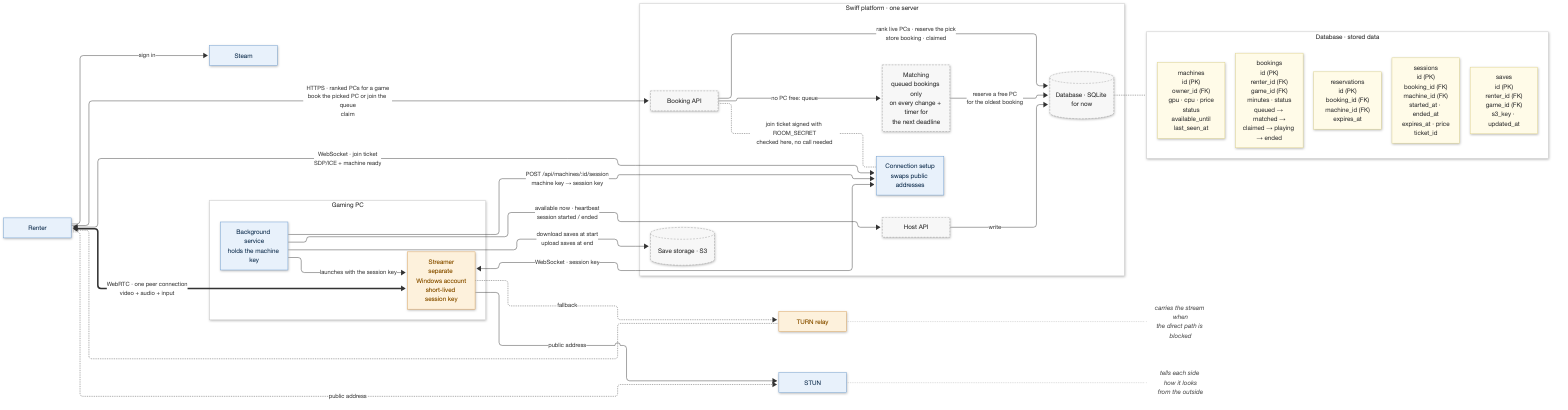
This is docs/diagrams/system-architecture.png from tomnotthomas/distributed_gaming, a Mermaid export, as it was before one commit. Its source is kept beside it as docs/diagrams/system-architecture.mmd. The source it was exported from:
```mermaid
---
config:
  theme: base
  flowchart:
    curve: basis
    htmlLabels: true
  themeVariables:
    fontFamily: "Helvetica Neue, Helvetica, Arial, sans-serif"
    fontSize: 14px
    edgeLabelBackground: "#ffffff"
    lineColor: "#333333"
    primaryTextColor: "#222222"
  themeCSS: >-
    .edgeLabel, .edgeLabel p, .edgeLabel span, .labelBkg { background: #fff !important; background-color: #fff !important; }
    .edgeLabel p, .edgeLabel span { color: #555; font-size: 13px; }
    .edgeLabel rect { fill: #fff !important; opacity: 1 !important; }
    svg, text, span, p, div { font-family: "Helvetica Neue", Helvetica, Arial, sans-serif !important; }
---
flowchart LR
  Renter["Renter"]
  SteamID["Steam"]
  TURN["TURN relay"]
  STUN["STUN"]
  TURNnote["carries the stream when<br/>the direct path is blocked"]
  STUNnote["tells each side how it looks<br/>from the outside"]
  TURN -.- TURNnote
  STUN -.- STUNnote

  subgraph PC["Gaming PC"]
    direction TB
    SVC["Background service<br/>holds the machine key"]
    STR["Streamer<br/>separate Windows account<br/>short-lived session key"]
  end

  subgraph Platform["Swiff platform · one server"]
    API["Booking API"]
    HAPI["Host API"]
    MM["Matching<br/>queued bookings only<br/>on every change + timer for<br/>the next deadline"]
    DB[("Database · SQLite for now")]
    S3[("Save storage · S3")]
    SIG["Connection setup<br/>swaps public addresses"]
  end

  subgraph Data["Database · stored data"]
    direction TB
    T1["machines<br/>id (PK)<br/>owner_id (FK)<br/>gpu · cpu · price<br/>status<br/>available_until<br/>last_seen_at"]
    T2["bookings<br/>id (PK)<br/>renter_id (FK)<br/>game_id (FK)<br/>minutes · status<br/>queued → matched →<br/>claimed → playing → ended"]
    T3["reservations<br/>id (PK)<br/>booking_id (FK)<br/>machine_id (FK)<br/>expires_at"]
    T4["sessions<br/>id (PK)<br/>booking_id (FK)<br/>machine_id (FK)<br/>started_at · ended_at<br/>expires_at · price<br/>ticket_id"]
    T5["saves<br/>id (PK)<br/>renter_id (FK)<br/>game_id (FK)<br/>s3_key · updated_at"]
    T1 ~~~ T2 ~~~ T3 ~~~ T4 ~~~ T5
  end


  Renter -- "sign in" --> SteamID
  Renter -- "HTTPS · ranked PCs for a game<br/>book the picked PC or join the queue<br/>claim" --> API
  API -- "rank live PCs · reserve the pick<br/>store booking · claimed" --> DB
  API -- "no PC free: queue" --> MM
  MM -- "reserve a free PC<br/>for the oldest booking" --> DB
  API -. "join ticket signed with ROOM_SECRET<br/>checked here, no call needed" .- SIG
  Renter <-- "WebSocket · join ticket<br/>SDP/ICE + machine ready" --> SIG
  SVC -- "POST /api/machines/:id/session<br/>machine key → session key" --> SIG
  SVC -- "launches with the session key" --> STR
  STR <-- "WebSocket · session key" --> SIG
  SVC -- "available now · heartbeat<br/>session started / ended" --> HAPI
  HAPI -- "write" --> DB
  SVC -- "download saves at start<br/>upload saves at end" --> S3
  Renter <== "WebRTC · one peer connection<br/>video + audio + input" ==> STR
  STR -. "fallback" .-> TURN
  Renter <-.- TURN
  STR -. "public address" .-> STUN
  Renter -. "public address" .-> STUN
  DB -.- Data

  classDef platform fill:#f7f7f7,stroke:#999,stroke-dasharray:4 3,color:#444
  classDef endpoint fill:#e8f1fb,stroke:#6d9ed3,color:#0b2a4a
  classDef turn fill:#fdf1dc,stroke:#e0a458,color:#8a5300
  classDef note fill:none,stroke:none,color:#666,font-style:italic
  classDef table fill:#fffbe8,stroke:#e0d58a,color:#333
  class API,HAPI,MM,DB,S3 platform
  class Renter,SVC,SIG,STUN,SteamID endpoint
  class STR,TURN turn
  class T1,T2,T3,T4,T5 table
  class TURNnote,STUNnote note
  style Platform fill:#ffffff,stroke:#ccc,color:#444
  style PC fill:#ffffff,stroke:#ccc,color:#444
  style Data fill:#ffffff,stroke:#ccc,color:#444
  linkStyle 0,1 stroke:#aaa,stroke-width:1px
```
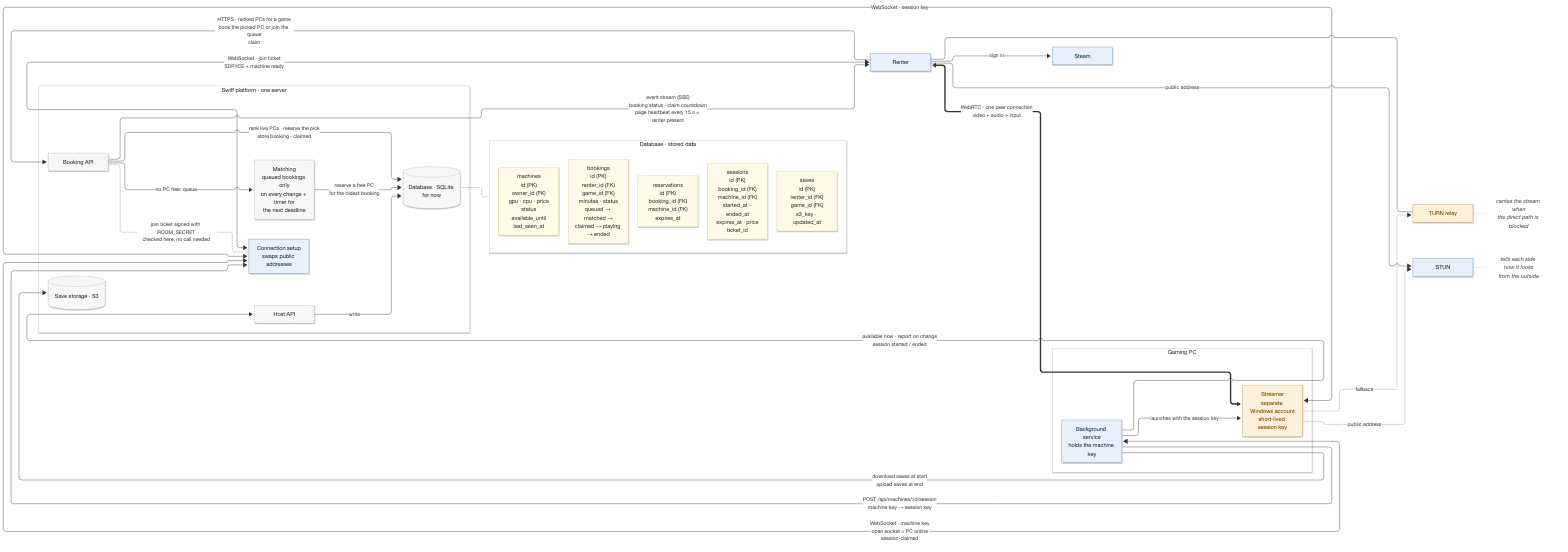
Later version of the same file.

What changed in the source:
```diff
@@ -55,14 +55,16 @@
   Renter -- "sign in" --> SteamID
   Renter -- "HTTPS · ranked PCs for a game<br/>book the picked PC or join the queue<br/>claim" --> API
   API -- "rank live PCs · reserve the pick<br/>store booking · claimed" --> DB
+  API -- "event stream (SSE)<br/>booking status · claim countdown<br/>page heartbeat every 15 s = renter present" --> Renter
   API -- "no PC free: queue" --> MM
   MM -- "reserve a free PC<br/>for the oldest booking" --> DB
   API -. "join ticket signed with ROOM_SECRET<br/>checked here, no call needed" .- SIG
   Renter <-- "WebSocket · join ticket<br/>SDP/ICE + machine ready" --> SIG
+  SVC <-- "WebSocket · machine key<br/>open socket = PC online<br/>session-claimed" --> SIG
   SVC -- "POST /api/machines/:id/session<br/>machine key → session key" --> SIG
   SVC -- "launches with the session key" --> STR
   STR <-- "WebSocket · session key" --> SIG
-  SVC -- "available now · heartbeat<br/>session started / ended" --> HAPI
+  SVC -- "available now · report on change<br/>session started / ended" --> HAPI
   HAPI -- "write" --> DB
   SVC -- "download saves at start<br/>upload saves at end" --> S3
   Renter <== "WebRTC · one peer connection<br/>video + audio + input" ==> STR
```
